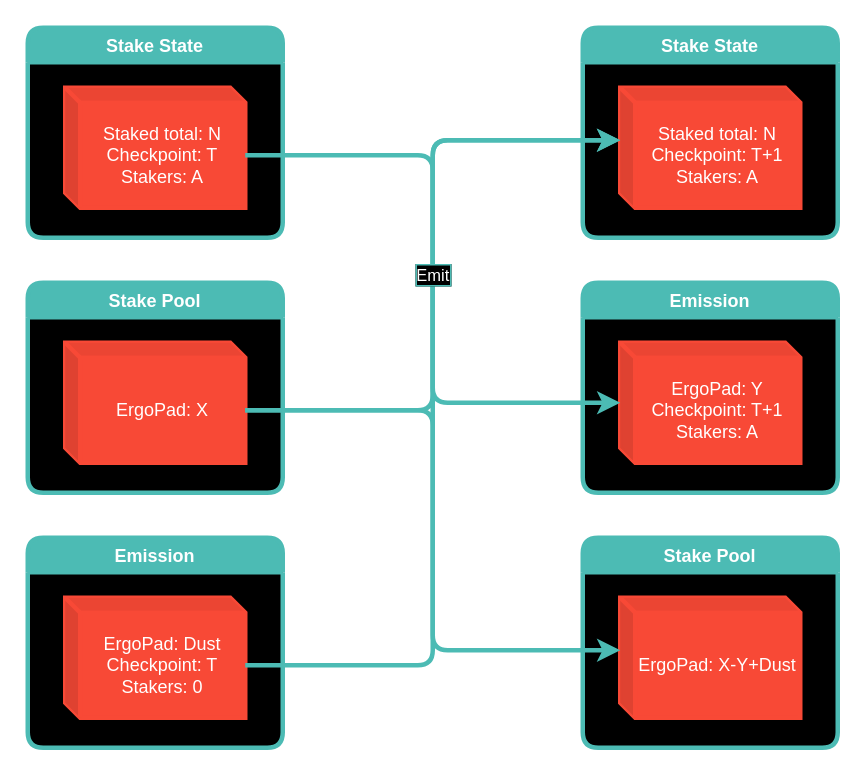
JoseBravoChile/ergopad keeps this draw.io diagram as backend/app/contracts/images/staking-emit.drawio. Above is the earlier version. Source tidied: cells renumbered, new cells numbered last; positions are measured from the earlier drawing's top-left corner, leaving out a move shared by most shapes. Both pictures are drawn from the tidied source at 150%, with x=0, y=0 at pixel (27, 27).
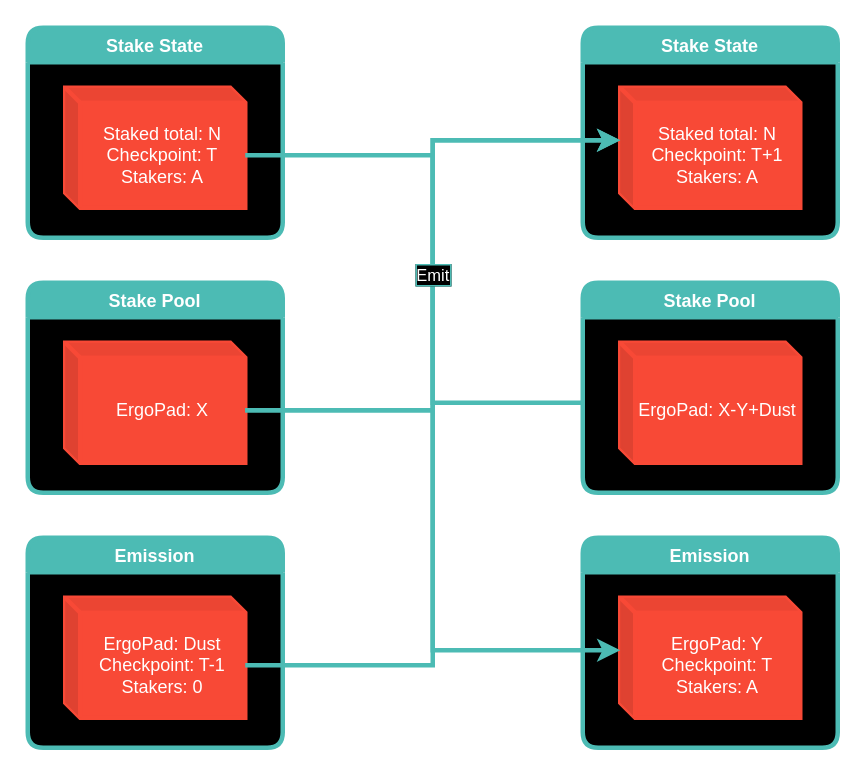
The same page after the edit.

Unchanged cells that the change refers to:
```xml
<mxCell id="3" value="ErgoPad: X" style="shape=cube;whiteSpace=wrap;html=1;boundedLbl=1;backgroundOutline=1;darkOpacity=0.05;darkOpacity2=0.1;rounded=1;labelBorderColor=none;fontColor=#FFFFFF;strokeColor=#F84936;strokeWidth=3;fillColor=#F84936;size=10;" parent="2" vertex="1">
  <mxGeometry x="25" y="40" width="120" height="80" as="geometry" />
</mxCell>
<mxCell id="5" value="Staked total: N&lt;br&gt;Checkpoint: T&lt;br&gt;Stakers: A" style="shape=cube;whiteSpace=wrap;html=1;boundedLbl=1;backgroundOutline=1;darkOpacity=0.05;darkOpacity2=0.1;rounded=1;labelBorderColor=none;fontColor=#FFFFFF;strokeColor=#F84936;strokeWidth=3;fillColor=#F84936;size=10;" parent="4" vertex="1">
  <mxGeometry x="25" y="40" width="120" height="80" as="geometry" />
</mxCell>
<mxCell id="9" value="Staked total: N&lt;br&gt;Checkpoint: T+1&lt;br&gt;Stakers: A" style="shape=cube;whiteSpace=wrap;html=1;boundedLbl=1;backgroundOutline=1;darkOpacity=0.05;darkOpacity2=0.1;rounded=1;labelBorderColor=none;fontColor=#FFFFFF;strokeColor=#F84936;strokeWidth=3;fillColor=#F84936;size=10;" parent="8" vertex="1">
  <mxGeometry x="25" y="40" width="120" height="80" as="geometry" />
</mxCell>
<mxCell id="10" value="Emission" style="swimlane;fillColor=#4CBBB4;swimlaneLine=1;rounded=1;swimlaneFillColor=#000000;fontColor=#FFFFFF;labelBorderColor=none;strokeColor=#4CBBB4;strokeWidth=3;" parent="1" vertex="1">
  <mxGeometry y="340" width="170" height="140" as="geometry" />
</mxCell>
<mxCell id="16" value="ErgoPad: X-Y+Dust" style="shape=cube;whiteSpace=wrap;html=1;boundedLbl=1;backgroundOutline=1;darkOpacity=0.05;darkOpacity2=0.1;rounded=1;labelBorderColor=none;fontColor=#FFFFFF;strokeColor=#F84936;strokeWidth=3;fillColor=#F84936;size=10;" parent="15" vertex="1">
  <mxGeometry x="25" y="40" width="120" height="80" as="geometry" />
</mxCell>
```

Diff of the diagram source:
```diff
@@
     <mxCell id="6" value="Emission" style="swimlane;fillColor=#4CBBB4;swimlaneLine=1;rounded=1;swimlaneFillColor=#000000;fontColor=#FFFFFF;labelBorderColor=none;strokeColor=#4CBBB4;strokeWidth=3;" parent="1" vertex="1">
-      <mxGeometry x="370" y="170" width="170" height="140" as="geometry" />
+      <mxGeometry x="370" y="340" width="170" height="140" as="geometry" />
     </mxCell>
-    <mxCell id="7" value="ErgoPad: Y&lt;br&gt;Checkpoint: T+1&lt;br&gt;Stakers: A" style="shape=cube;whiteSpace=wrap;html=1;boundedLbl=1;backgroundOutline=1;darkOpacity=0.05;darkOpacity2=0.1;rounded=1;labelBorderColor=none;fontColor=#FFFFFF;strokeColor=#F84936;strokeWidth=3;fillColor=#F84936;size=10;" parent="6" vertex="1">
+    <mxCell id="7" value="ErgoPad: Y&lt;br&gt;Checkpoint: T&lt;br&gt;Stakers: A" style="shape=cube;whiteSpace=wrap;html=1;boundedLbl=1;backgroundOutline=1;darkOpacity=0.05;darkOpacity2=0.1;rounded=1;labelBorderColor=none;fontColor=#FFFFFF;strokeColor=#F84936;strokeWidth=3;fillColor=#F84936;size=10;" parent="6" vertex="1">
       <mxGeometry x="25" y="40" width="120" height="80" as="geometry" />
     </mxCell>
@@
-    <mxCell id="11" value="ErgoPad: Dust&lt;br&gt;Checkpoint: T&lt;br&gt;Stakers: 0" style="shape=cube;whiteSpace=wrap;html=1;boundedLbl=1;backgroundOutline=1;darkOpacity=0.05;darkOpacity2=0.1;rounded=1;labelBorderColor=none;fontColor=#FFFFFF;strokeColor=#F84936;strokeWidth=3;fillColor=#F84936;size=10;" parent="10" vertex="1">
+    <mxCell id="11" value="ErgoPad: Dust&lt;br&gt;Checkpoint: T-1&lt;br&gt;Stakers: 0" style="shape=cube;whiteSpace=wrap;html=1;boundedLbl=1;backgroundOutline=1;darkOpacity=0.05;darkOpacity2=0.1;rounded=1;labelBorderColor=none;fontColor=#FFFFFF;strokeColor=#F84936;strokeWidth=3;fillColor=#F84936;size=10;" parent="10" vertex="1">
       <mxGeometry x="25" y="40" width="120" height="80" as="geometry" />
     </mxCell>
-    <mxCell id="12" style="edgeStyle=orthogonalEdgeStyle;rounded=1;jettySize=auto;html=1;labelBackgroundColor=#000000;strokeColor=#4CBBB4;fontColor=#FFFFFF;labelBorderColor=#4CBBB4;strokeWidth=3;exitX=0;exitY=0;exitDx=120;exitDy=45;exitPerimeter=0;entryX=0;entryY=0;entryDx=0;entryDy=35;entryPerimeter=0;" parent="1" edge="1" source="11" target="9">
+    <mxCell id="12" style="edgeStyle=orthogonalEdgeStyle;rounded=0;jettySize=auto;html=1;labelBackgroundColor=#000000;strokeColor=#4CBBB4;fontColor=#FFFFFF;labelBorderColor=#4CBBB4;strokeWidth=3;exitX=0;exitY=0;exitDx=120;exitDy=45;exitPerimeter=0;entryX=0;entryY=0;entryDx=0;entryDy=35;entryPerimeter=0;" parent="1" edge="1" source="11" target="9">
       <mxGeometry relative="1" as="geometry">
         <Array as="points">
           <mxPoint x="270" y="425" />
           <mxPoint x="270" y="75" />
         </Array>
       </mxGeometry>
     </mxCell>
-    <mxCell id="13" style="edgeStyle=orthogonalEdgeStyle;rounded=1;jettySize=auto;html=1;labelBackgroundColor=#000000;strokeColor=#4CBBB4;fontColor=#FFFFFF;labelBorderColor=#4CBBB4;strokeWidth=3;exitX=0;exitY=0;exitDx=120;exitDy=45;exitPerimeter=0;" parent="1" edge="1" source="5">
+    <mxCell id="13" style="edgeStyle=orthogonalEdgeStyle;rounded=0;jettySize=auto;html=1;labelBackgroundColor=#000000;strokeColor=#4CBBB4;fontColor=#FFFFFF;labelBorderColor=#4CBBB4;strokeWidth=3;exitX=0;exitY=0;exitDx=120;exitDy=45;exitPerimeter=0;" parent="1" edge="1" source="5">
       <mxGeometry relative="1" as="geometry">
         <mxPoint x="395" y="250" as="targetPoint" />
         <Array as="points">
           <mxPoint x="270" y="85" />
           <mxPoint x="270" y="250" />
           <mxPoint x="395" y="250" />
         </Array>
       </mxGeometry>
     </mxCell>
-    <mxCell id="14" value="Emit" style="edgeStyle=orthogonalEdgeStyle;rounded=1;jettySize=auto;html=1;labelBackgroundColor=#000000;strokeColor=#4CBBB4;fontColor=#FFFFFF;labelBorderColor=#4CBBB4;strokeWidth=3;exitX=0;exitY=0;exitDx=120;exitDy=45;exitPerimeter=0;entryX=0;entryY=0;entryDx=0;entryDy=35;entryPerimeter=0;" parent="1" edge="1" source="3" target="9">
+    <mxCell id="14" value="Emit" style="edgeStyle=orthogonalEdgeStyle;rounded=0;jettySize=auto;html=1;labelBackgroundColor=#000000;strokeColor=#4CBBB4;fontColor=#FFFFFF;labelBorderColor=#4CBBB4;strokeWidth=3;exitX=0;exitY=0;exitDx=120;exitDy=45;exitPerimeter=0;entryX=0;entryY=0;entryDx=0;entryDy=35;entryPerimeter=0;" parent="1" edge="1" source="3" target="9">
       <mxGeometry relative="1" as="geometry">
         <Array as="points">
           <mxPoint x="270" y="255" />
           <mxPoint x="270" y="75" />
         </Array>
       </mxGeometry>
     </mxCell>
     <mxCell id="15" value="Stake Pool" style="swimlane;fillColor=#4CBBB4;swimlaneLine=1;rounded=1;swimlaneFillColor=#000000;fontColor=#FFFFFF;labelBorderColor=none;strokeColor=#4CBBB4;strokeWidth=3;" parent="1" vertex="1">
-      <mxGeometry x="370" y="340" width="170" height="140" as="geometry" />
+      <mxGeometry x="370" y="170" width="170" height="140" as="geometry" />
     </mxCell>
@@
-    <mxCell id="17" style="edgeStyle=orthogonalEdgeStyle;rounded=1;jettySize=auto;html=1;labelBackgroundColor=#000000;strokeColor=#4CBBB4;fontColor=#FFFFFF;labelBorderColor=#4CBBB4;strokeWidth=3;exitX=0;exitY=0;exitDx=120;exitDy=45;exitPerimeter=0;entryX=0;entryY=0;entryDx=0;entryDy=35;entryPerimeter=0;" parent="1" edge="1" source="3" target="16">
+    <mxCell id="17" style="edgeStyle=orthogonalEdgeStyle;rounded=0;jettySize=auto;html=1;labelBackgroundColor=#000000;strokeColor=#4CBBB4;fontColor=#FFFFFF;labelBorderColor=#4CBBB4;strokeWidth=3;exitX=0;exitY=0;exitDx=120;exitDy=45;exitPerimeter=0;" parent="1" edge="1" source="3">
       <mxGeometry relative="1" as="geometry">
+        <mxPoint x="395" y="415" as="targetPoint" />
         <Array as="points">
           <mxPoint x="270" y="255" />
           <mxPoint x="270" y="415" />
         </Array>
       </mxGeometry>
     </mxCell>
```
